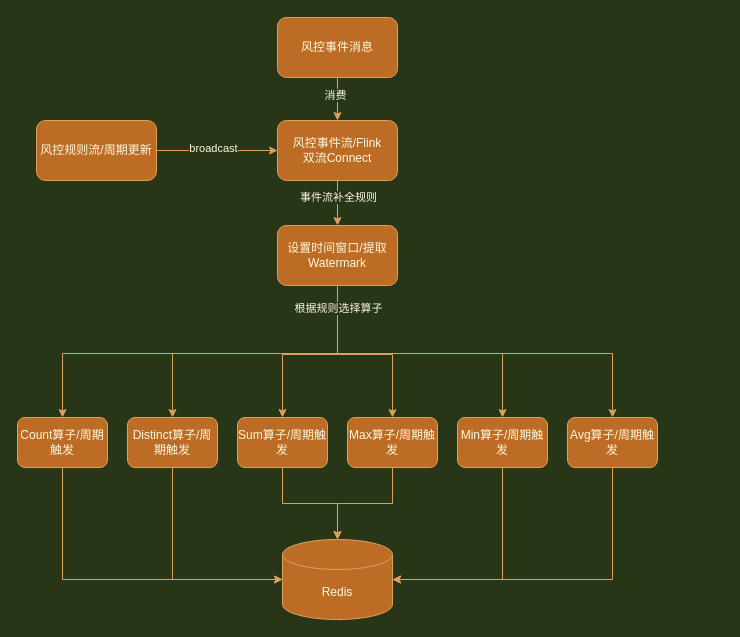
Above: image/风控实时计算.drawio in Danier-Evens/Markdown_Image (draw.io), before the change. Source tidied: cells renumbered, new cells numbered last; positions are measured from the earlier drawing's top-left corner, leaving out a move shared by most shapes. Both pictures are drawn from the tidied source at 100%, with x=0, y=0 at pixel (17, 17).
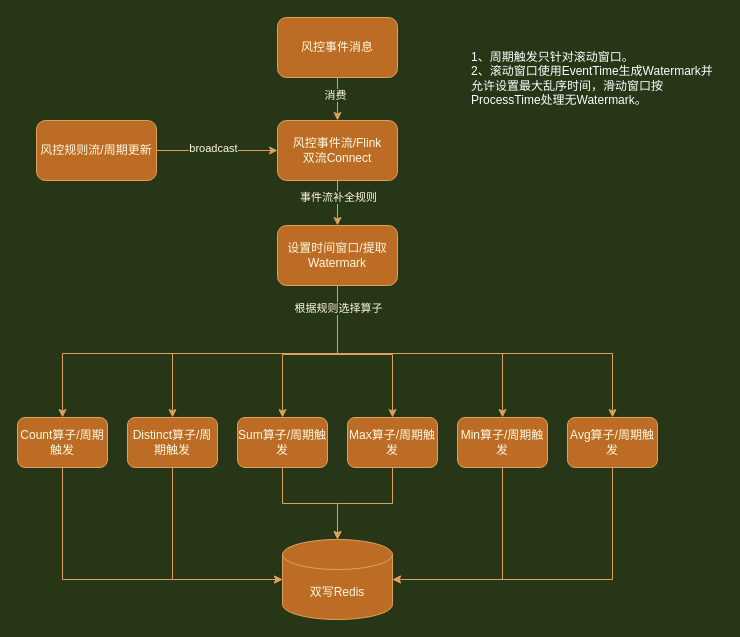
The same diagram, later.

Commit message:
Update 风控实时计算.drawio

Diff of the diagram source:
```diff
@@
-    <mxCell id="31" value="Redis" style="shape=cylinder3;whiteSpace=wrap;html=1;boundedLbl=1;backgroundOutline=1;size=15;fillColor=#BC6C25;strokeColor=#DDA15E;fontColor=#FEFAE0;" parent="1" vertex="1">
+    <mxCell id="31" value="双写Redis" style="shape=cylinder3;whiteSpace=wrap;html=1;boundedLbl=1;backgroundOutline=1;size=15;fillColor=#BC6C25;strokeColor=#DDA15E;fontColor=#FEFAE0;" parent="1" vertex="1">
       <mxGeometry x="265" y="522" width="110" height="80" as="geometry" />
     </mxCell>
+    <mxCell id="32" value="1、周期触发只针对滚动窗口。&lt;br&gt;2、滚动窗口使用EventTime生成Watermark并允许设置最大乱序时间，滑动窗口按ProcessTime处理无Watermark。" style="text;html=1;strokeColor=none;fillColor=none;align=left;verticalAlign=middle;whiteSpace=wrap;rounded=0;fontColor=#FFFFFF;" parent="1" vertex="1">
+      <mxGeometry x="452" y="26" width="253" height="69" as="geometry" />
+    </mxCell>
```
